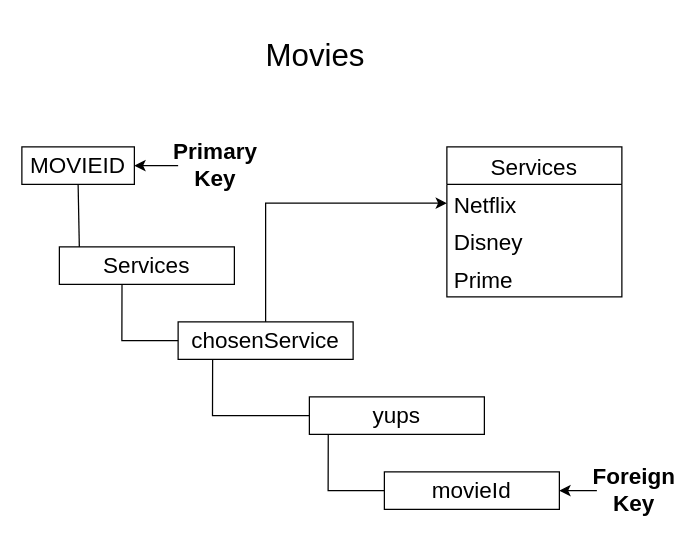
mathewpenny/MovieMatchV2 keeps this draw.io diagram as page "Page-5" (2 of 7) of DIagrams.drawio. Above is the earlier version. Source tidied: cells renumbered, new cells numbered last; positions are measured from the earlier drawing's top-left corner, leaving out a move shared by most shapes. Both pictures are drawn from the tidied source at 125%, with x=0, y=0 at pixel (21, 21).
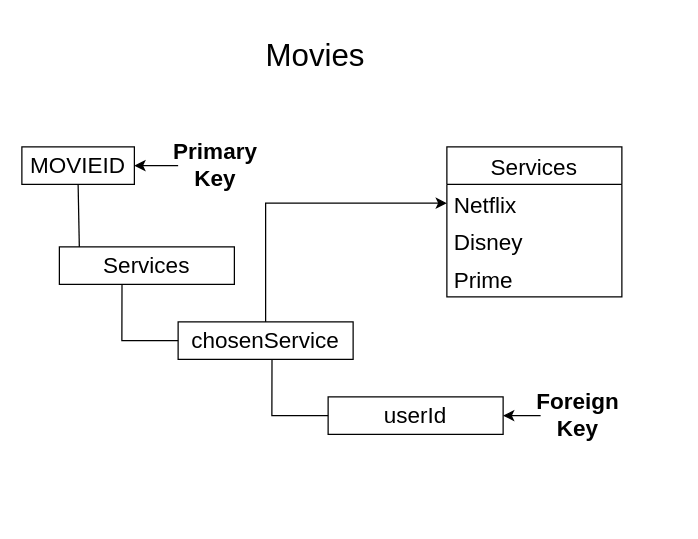
The same diagram, later.

What changed in the source:
```diff
@@
-    <mxCell id="8" value="yups" style="rounded=0;whiteSpace=wrap;html=1;fontSize=18;fontColor=none;" parent="1" vertex="1">
-      <mxGeometry x="230" y="300" width="140" height="30" as="geometry" />
-    </mxCell>
-    <mxCell id="9" value="movieId" style="rounded=0;whiteSpace=wrap;html=1;fontSize=18;fontColor=none;" parent="1" vertex="1">
-      <mxGeometry x="290" y="360" width="140" height="30" as="geometry" />
+    <mxCell id="9" value="userId" style="rounded=0;whiteSpace=wrap;html=1;fontSize=18;fontColor=none;" parent="1" vertex="1">
+      <mxGeometry x="245" y="300" width="140" height="30" as="geometry" />
     </mxCell>
@@
-    <mxCell id="11" style="endArrow=none;html=1;rounded=0;fontSize=18;fontColor=none;entryX=0.678;entryY=1.042;entryDx=0;entryDy=0;entryPerimeter=0;exitX=0;exitY=0.5;exitDx=0;exitDy=0;" parent="1" edge="1" source="8">
-      <mxGeometry relative="1" as="geometry">
-        <mxPoint x="152.6" y="270" as="targetPoint" />
-        <Array as="points">
-          <mxPoint x="152.5" y="315" />
-        </Array>
-      </mxGeometry>
-    </mxCell>
     <mxCell id="12" style="endArrow=none;html=1;rounded=0;fontSize=18;fontColor=none;entryX=0.678;entryY=1.042;entryDx=0;entryDy=0;entryPerimeter=0;exitX=0;exitY=0.5;exitDx=0;exitDy=0;" parent="1" edge="1">
       <mxGeometry relative="1" as="geometry">
-        <mxPoint x="290" y="375" as="sourcePoint" />
-        <mxPoint x="245.1" y="330" as="targetPoint" />
+        <mxPoint x="245" y="315" as="sourcePoint" />
+        <mxPoint x="200.1" y="270" as="targetPoint" />
         <Array as="points">
-          <mxPoint x="245" y="375" />
+          <mxPoint x="200" y="315" />
         </Array>
       </mxGeometry>
     </mxCell>
@@
     <mxCell id="16" value="&lt;b&gt;Foreign&lt;br&gt;Key&lt;br&gt;&lt;/b&gt;" style="text;html=1;strokeColor=none;fillColor=none;align=center;verticalAlign=middle;whiteSpace=wrap;rounded=0;fontSize=18;fontColor=none;" parent="1" vertex="1">
-      <mxGeometry x="460" y="360" width="60" height="30" as="geometry" />
+      <mxGeometry x="415" y="300" width="60" height="30" as="geometry" />
     </mxCell>
```
